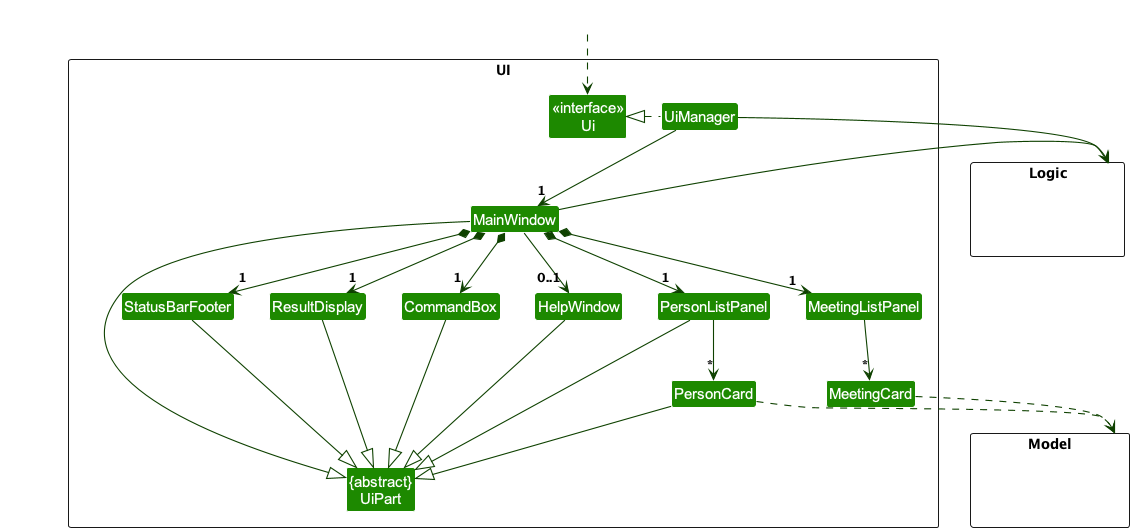
Before: docs/images/UiClassDiagram.png, a diagram exported from PlantUML (sethteo/tp).
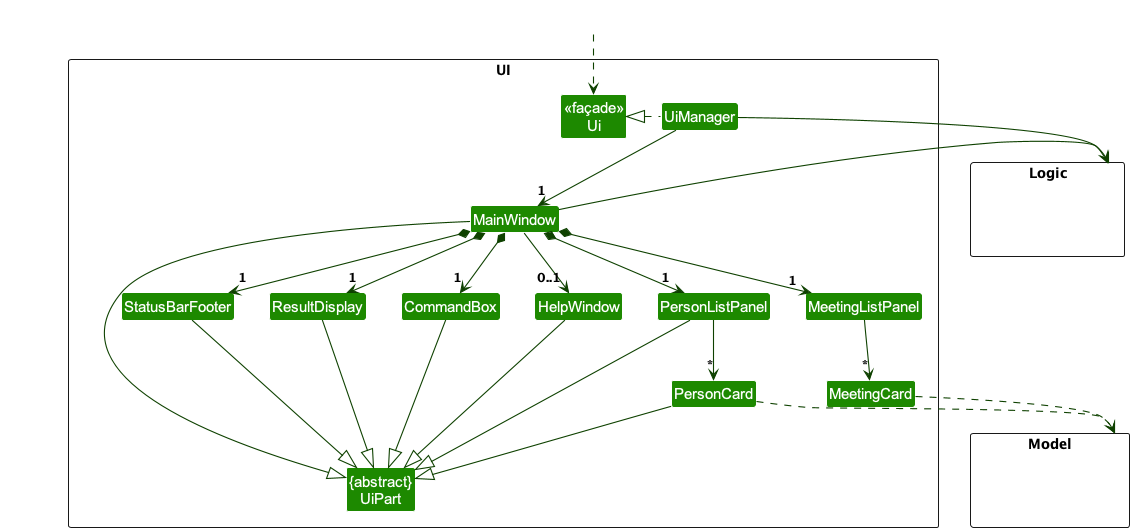
After the change.

The edit, as a diff of the source:
```diff
@@ -5,7 +5,7 @@
 skinparam classBackgroundColor UI_COLOR
 
 package UI <<Rectangle>>{
-Class "<<interface>>\nUi" as Ui
+Class "<<façade>>\nUi" as Ui
 Class "{abstract}\nUiPart" as UiPart
 Class UiManager
 Class MainWindow
```
